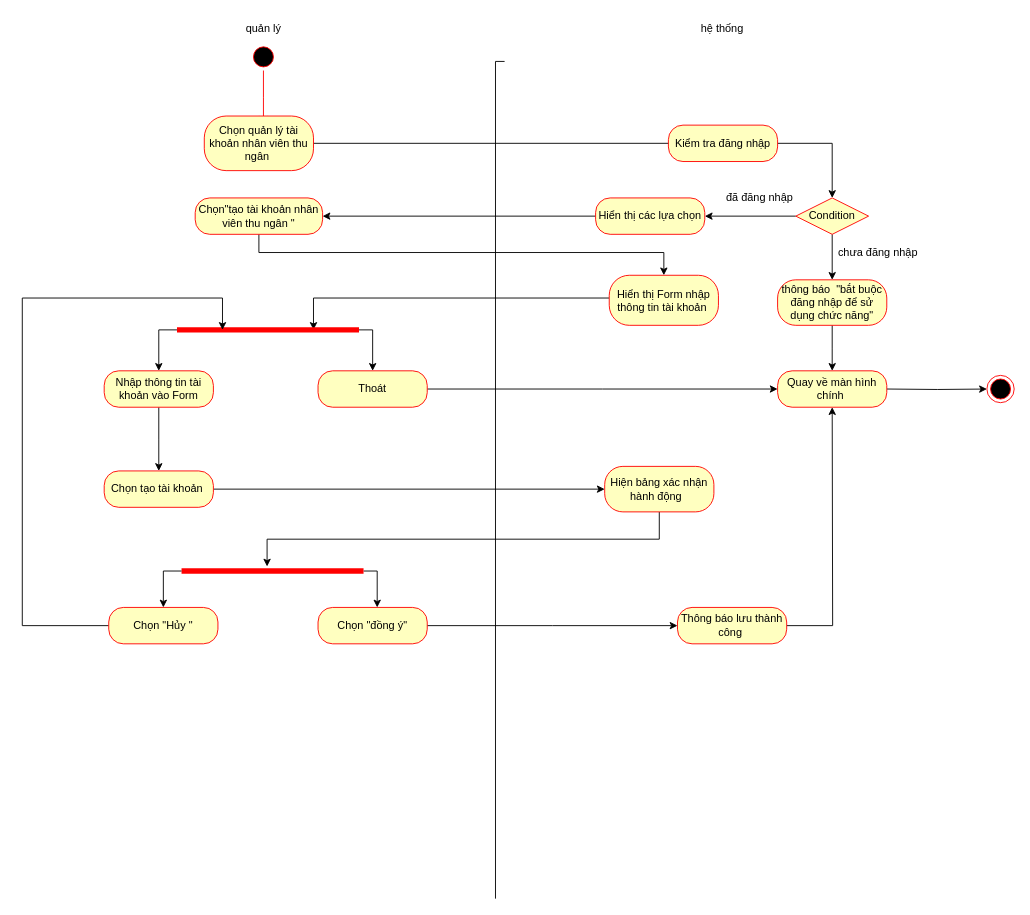
Above: page "tạo tài khoản nhân viên" (11 of 12) of Untitled Diagram.drawio in sonha1/aaaa (draw.io), before the change. Source tidied: cells renumbered, new cells numbered last; positions are measured from the earlier drawing's top-left corner, leaving out a move shared by most shapes. Both pictures are drawn from the tidied source at 91%, with x=0, y=0 at pixel (22, 15).
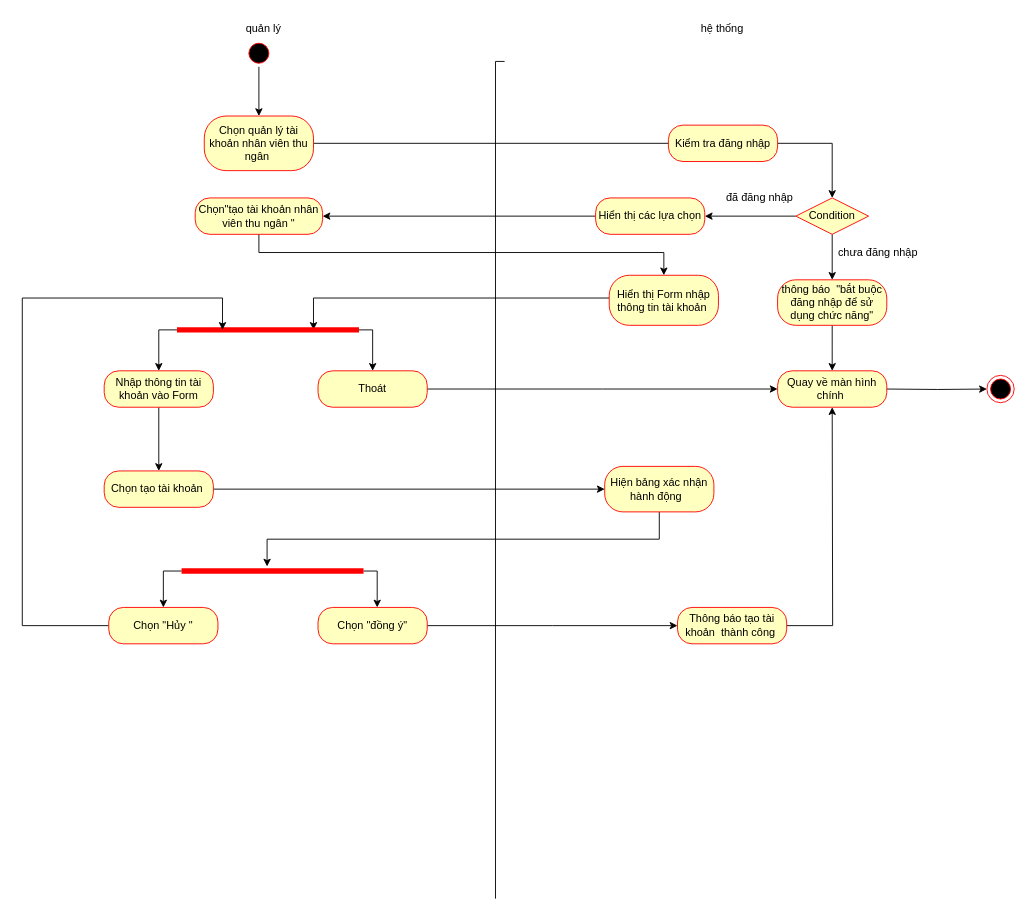
After the change.

The change refers to these unchanged cells:
```xml
<mxCell id="8" value="Chọn quản lý tài khoản nhân viên thu ngân&amp;nbsp;" style="rounded=1;whiteSpace=wrap;html=1;arcSize=40;fontColor=#000000;fillColor=#ffffc0;strokeColor=#ff0000;" parent="1" vertex="1">
  <mxGeometry x="200" y="110" width="120" height="60" as="geometry" />
</mxCell>
```

The edit, as a diff of the source:
```diff
@@
+    <mxCell id="47" style="edgeStyle=orthogonalEdgeStyle;rounded=0;jettySize=auto;html=1;entryX=0.5;entryY=0;entryDx=0;entryDy=0;" parent="1" edge="1" source="5" target="8">
+      <mxGeometry relative="1" as="geometry" />
+    </mxCell>
     <mxCell id="5" style="ellipse;html=1;shape=startState;fillColor=#000000;strokeColor=#ff0000;" parent="1" vertex="1">
-      <mxGeometry x="250" y="30" width="30" height="30" as="geometry" />
+      <mxGeometry x="245" y="26" width="30" height="30" as="geometry" />
     </mxCell>
-    <mxCell id="6" style="edgeStyle=orthogonalEdgeStyle;html=1;verticalAlign=bottom;endArrow=open;endSize=8;strokeColor=#ff0000;rounded=0;" parent="1" edge="1" source="5">
-      <mxGeometry relative="1" as="geometry">
-        <mxPoint x="265" y="120" as="targetPoint" />
-      </mxGeometry>
-    </mxCell>
@@
-    <mxCell id="43" value="Thông báo lưu thành công&amp;nbsp;" style="rounded=1;whiteSpace=wrap;html=1;arcSize=40;fontColor=#000000;fillColor=#ffffc0;strokeColor=#ff0000;" parent="1" vertex="1">
+    <mxCell id="43" value="Thông báo tạo tài khoản&amp;nbsp; thành công&amp;nbsp;" style="rounded=1;whiteSpace=wrap;html=1;arcSize=40;fontColor=#000000;fillColor=#ffffc0;strokeColor=#ff0000;" parent="1" vertex="1">
       <mxGeometry x="720" y="650" width="120" height="40" as="geometry" />
     </mxCell>
```
